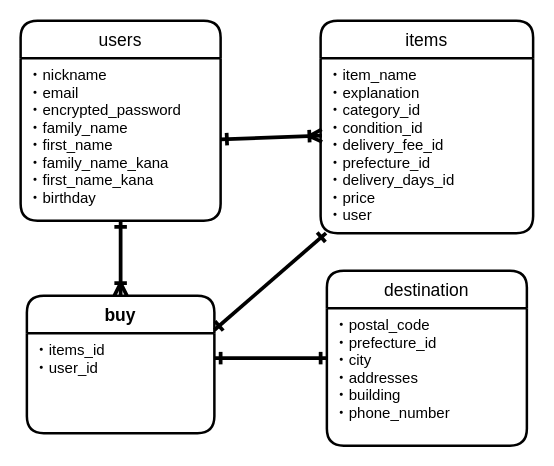
akirausui19871117/furima-33829 keeps this draw.io diagram as furima.dio. Above is the earlier version. Source tidied: cells renumbered, new cells numbered last; positions are measured from the earlier drawing's top-left corner, leaving out a move shared by most shapes. Both pictures are drawn from the tidied source at 125%, with x=0, y=0 at pixel (20, 20).
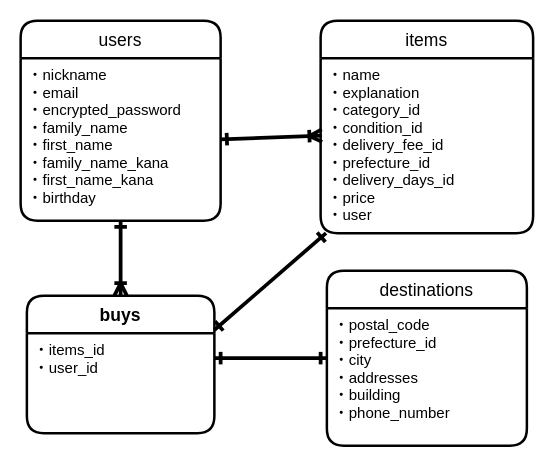
Above is the later version.

Change to the diagram source:
```diff
@@
 <mxGraphModel>
   <root>
     <mxCell id="0" />
     <mxCell id="1" parent="0" />
     <mxCell id="2" value="users" style="swimlane;horizontal=1;startSize=30;rounded=1;fontSize=14;fontStyle=0;strokeWidth=2;shadow=0;dashed=0;align=center;" parent="1" vertex="1">
       <mxGeometry width="160" height="160" as="geometry" />
     </mxCell>
     <mxCell id="3" value="・nickname&#10;・email&#10;・encrypted_password&#10;・family_name&#10;・first_name &#10;・family_name_kana&#10;・first_name_kana&#10;・birthday" style="align=left;strokeColor=none;fillColor=none;spacingLeft=4;fontSize=12;verticalAlign=top;" parent="2" vertex="1">
       <mxGeometry y="30" width="160" height="130" as="geometry" />
     </mxCell>
     <mxCell id="4" value="items" style="swimlane;horizontal=1;startSize=30;rounded=1;fontSize=14;fontStyle=0;strokeWidth=2;shadow=0;dashed=0;align=center;" parent="1" vertex="1">
       <mxGeometry x="240" width="170" height="170" as="geometry" />
     </mxCell>
-    <mxCell id="5" value="・item_name&#10;・explanation &#10;・category_id&#10;・condition_id&#10;・delivery_fee_id &#10;・prefecture_id&#10;・delivery_days_id&#10;・price &#10;・user" style="align=left;strokeColor=none;fillColor=none;spacingLeft=4;fontSize=12;verticalAlign=top;" parent="4" vertex="1">
+    <mxCell id="5" value="・name&#10;・explanation &#10;・category_id&#10;・condition_id&#10;・delivery_fee_id &#10;・prefecture_id&#10;・delivery_days_id&#10;・price &#10;・user" style="align=left;strokeColor=none;fillColor=none;spacingLeft=4;fontSize=12;verticalAlign=top;" parent="4" vertex="1">
       <mxGeometry y="30" width="170" height="140" as="geometry" />
     </mxCell>
     <mxCell id="6" style="edgeStyle=none;jettySize=auto;html=1;exitX=0.5;exitY=0;exitDx=0;exitDy=0;entryX=0.5;entryY=1;entryDx=0;entryDy=0;startArrow=ERoneToMany;startFill=0;endArrow=ERone;endFill=0;strokeWidth=3;fontSize=10;" parent="1" edge="1" source="7" target="3">
       <mxGeometry relative="1" as="geometry" />
     </mxCell>
-    <mxCell id="7" value="buy" style="swimlane;horizontal=1;startSize=30;rounded=1;fontSize=14;fontStyle=1;strokeWidth=2;shadow=0;dashed=0;align=center;" parent="1" vertex="1">
+    <mxCell id="7" value="buys" style="swimlane;horizontal=1;startSize=30;rounded=1;fontSize=14;fontStyle=1;strokeWidth=2;shadow=0;dashed=0;align=center;" parent="1" vertex="1">
       <mxGeometry x="5" y="220" width="150" height="110" as="geometry" />
     </mxCell>
     <mxCell id="8" value="・items_id&#10;・user_id&#10;" style="align=left;strokeColor=none;fillColor=none;spacingLeft=4;fontSize=12;verticalAlign=top;" parent="7" vertex="1">
       <mxGeometry y="30" width="150" height="80" as="geometry" />
     </mxCell>
     <mxCell id="9" style="edgeStyle=none;jettySize=auto;html=1;exitX=0;exitY=0.5;exitDx=0;exitDy=0;entryX=1;entryY=0.25;entryDx=0;entryDy=0;startArrow=ERone;startFill=0;endArrow=ERone;endFill=0;strokeWidth=3;fontSize=10;fontStyle=0;" parent="1" edge="1" source="10" target="8">
       <mxGeometry relative="1" as="geometry" />
     </mxCell>
-    <mxCell id="10" value="destination" style="swimlane;horizontal=1;startSize=30;rounded=1;fontSize=14;fontStyle=0;strokeWidth=2;shadow=0;dashed=0;align=center;" parent="1" vertex="1">
+    <mxCell id="10" value="destinations" style="swimlane;horizontal=1;startSize=30;rounded=1;fontSize=14;fontStyle=0;strokeWidth=2;shadow=0;dashed=0;align=center;" parent="1" vertex="1">
       <mxGeometry x="245" y="200" width="160" height="140" as="geometry" />
     </mxCell>
     <mxCell id="11" value="・postal_code&#10;・prefecture_id&#10;・city&#10;・addresses&#10;・building&#10;・phone_number&#10;" style="align=left;strokeColor=none;fillColor=none;spacingLeft=4;fontSize=12;verticalAlign=top;fontStyle=0;" parent="10" vertex="1">
       <mxGeometry y="30" width="160" height="110" as="geometry" />
     </mxCell>
     <mxCell id="12" style="edgeStyle=none;jettySize=auto;html=1;exitX=0.006;exitY=0.443;exitDx=0;exitDy=0;entryX=1;entryY=0.5;entryDx=0;entryDy=0;startArrow=ERoneToMany;startFill=0;endArrow=ERone;endFill=0;strokeWidth=3;fontSize=10;exitPerimeter=0;" parent="1" edge="1" source="5" target="3">
       <mxGeometry relative="1" as="geometry" />
     </mxCell>
     <mxCell id="13" style="edgeStyle=none;jettySize=auto;html=1;entryX=1;entryY=0.25;entryDx=0;entryDy=0;startArrow=ERone;startFill=0;endArrow=ERone;endFill=0;strokeWidth=3;fontSize=10;fontStyle=0;" parent="1" edge="1" source="5" target="7">
       <mxGeometry relative="1" as="geometry" />
     </mxCell>
   </root>
 </mxGraphModel>
```
